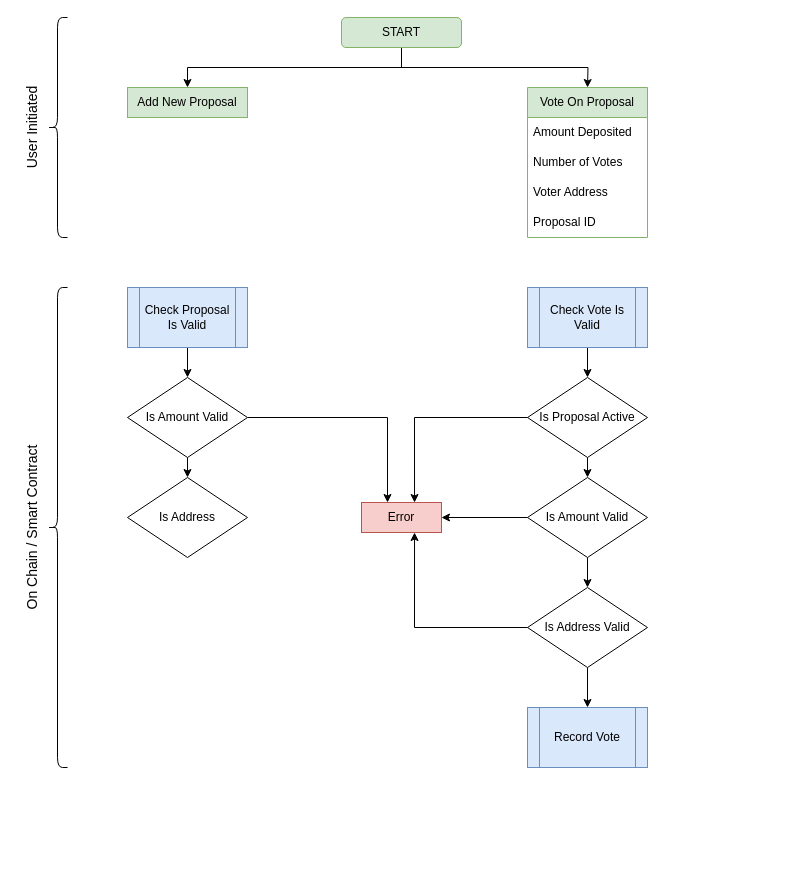
Before: Graphite.drawio in hello-adam-martin/diagrams, a draw.io diagram. Source tidied: cells renumbered, new cells numbered last; positions are measured from the earlier drawing's top-left corner, leaving out a move shared by most shapes. Both pictures are drawn from the tidied source at 100%, with x=0, y=0 at pixel (-53, 17).
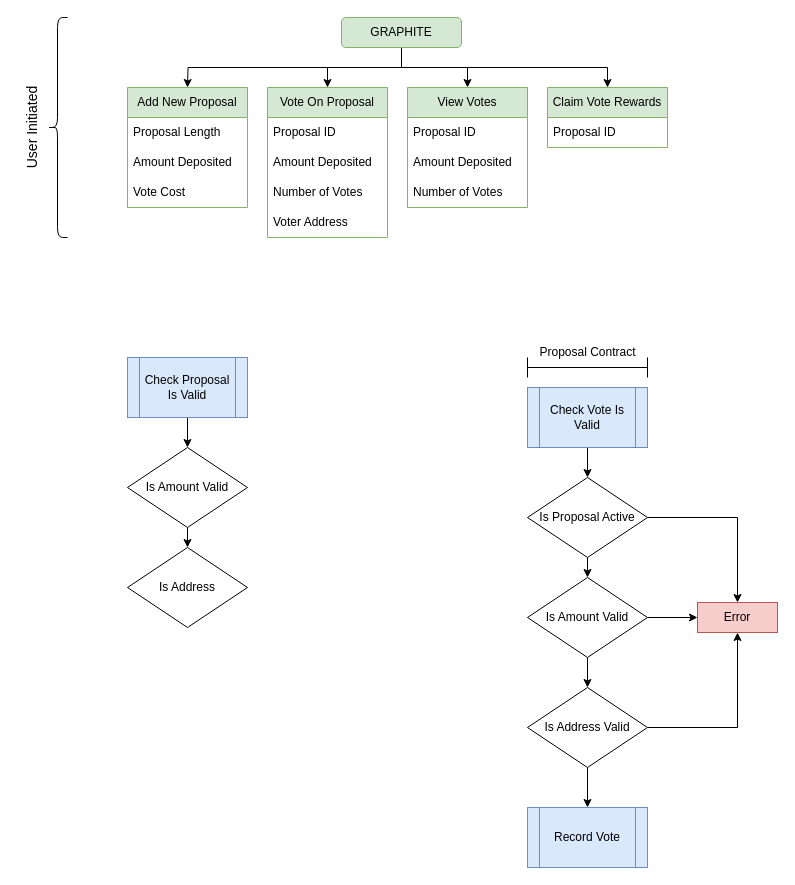
After the change.

Change to the diagram source:
```diff
@@
-    <mxCell id="2" style="edgeStyle=orthogonalEdgeStyle;rounded=0;jettySize=auto;html=1;exitX=0.5;exitY=1;exitDx=0;exitDy=0;" parent="1" edge="1" source="4" target="5">
-      <mxGeometry relative="1" as="geometry" />
+    <mxCell id="2" style="edgeStyle=orthogonalEdgeStyle;rounded=0;jettySize=auto;html=1;exitX=0.5;exitY=1;exitDx=0;exitDy=0;" parent="1" edge="1" source="4">
+      <mxGeometry relative="1" as="geometry">
+        <mxPoint x="240" y="70" as="targetPoint" />
+      </mxGeometry>
     </mxCell>
-    <mxCell id="3" style="edgeStyle=orthogonalEdgeStyle;rounded=0;jettySize=auto;html=1;exitX=0.5;exitY=1;exitDx=0;exitDy=0;entryX=0.5;entryY=0;entryDx=0;entryDy=0;" parent="1" edge="1" source="4">
-      <mxGeometry relative="1" as="geometry">
-        <mxPoint x="640" y="70" as="targetPoint" />
-      </mxGeometry>
-    </mxCell>
+    <mxCell id="34" style="edgeStyle=orthogonalEdgeStyle;rounded=0;jettySize=auto;html=1;exitX=0.5;exitY=1;exitDx=0;exitDy=0;entryX=0.5;entryY=0;entryDx=0;entryDy=0;" parent="1" edge="1" source="4" target="6">
+      <mxGeometry relative="1" as="geometry" />
+    </mxCell>
+    <mxCell id="35" style="edgeStyle=orthogonalEdgeStyle;rounded=0;jettySize=auto;html=1;exitX=0.5;exitY=1;exitDx=0;exitDy=0;" parent="1" edge="1" source="4" target="45">
+      <mxGeometry relative="1" as="geometry" />
+    </mxCell>
+    <mxCell id="36" style="edgeStyle=orthogonalEdgeStyle;rounded=0;jettySize=auto;html=1;exitX=0.5;exitY=1;exitDx=0;exitDy=0;" parent="1" edge="1" source="4" target="49">
+      <mxGeometry relative="1" as="geometry" />
+    </mxCell>
-    <mxCell id="4" value="START" style="rounded=1;whiteSpace=wrap;html=1;fillColor=#d5e8d4;strokeColor=#82b366;" parent="1" vertex="1">
+    <mxCell id="4" value="GRAPHITE" style="rounded=1;whiteSpace=wrap;html=1;fillColor=#d5e8d4;strokeColor=#82b366;" parent="1" vertex="1">
       <mxGeometry x="394" width="120" height="30" as="geometry" />
     </mxCell>
-    <mxCell id="5" value="Add New Proposal" style="rounded=0;whiteSpace=wrap;html=1;fillColor=#d5e8d4;strokeColor=#82b366;" parent="1" vertex="1">
-      <mxGeometry x="180" y="70" width="120" height="30" as="geometry" />
-    </mxCell>
-    <mxCell id="6" value="Vote On Proposal" style="swimlane;fontStyle=0;horizontal=1;startSize=30;whiteSpace=wrap;html=1;swimlaneLine=1;fillColor=#d5e8d4;strokeColor=#82b366;" parent="1" vertex="1">
-      <mxGeometry x="580" y="70" width="120" height="150" as="geometry" />
-    </mxCell>
-    <mxCell id="7" value="Amount Deposited" style="text;strokeColor=none;fillColor=none;align=left;verticalAlign=middle;spacingLeft=4;spacingRight=4;overflow=hidden;whiteSpace=wrap;html=1;" parent="6" vertex="1">
-      <mxGeometry y="30" width="120" height="30" as="geometry" />
-    </mxCell>
-    <mxCell id="8" value="Number of Votes" style="text;strokeColor=none;fillColor=none;align=left;verticalAlign=middle;spacingLeft=4;spacingRight=4;overflow=hidden;whiteSpace=wrap;html=1;" parent="6" vertex="1">
-      <mxGeometry y="60" width="120" height="30" as="geometry" />
-    </mxCell>
-    <mxCell id="9" value="Voter Address" style="text;strokeColor=none;fillColor=none;align=left;verticalAlign=middle;spacingLeft=4;spacingRight=4;overflow=hidden;whiteSpace=wrap;html=1;" parent="6" vertex="1">
-      <mxGeometry y="90" width="120" height="30" as="geometry" />
-    </mxCell>
-    <mxCell id="10" value="Proposal ID" style="text;strokeColor=none;fillColor=none;align=left;verticalAlign=middle;spacingLeft=4;spacingRight=4;overflow=hidden;whiteSpace=wrap;html=1;" parent="6" vertex="1">
-      <mxGeometry y="120" width="120" height="30" as="geometry" />
-    </mxCell>
@@
     <mxCell id="12" value="Check Vote Is Valid" style="shape=process;whiteSpace=wrap;html=1;backgroundOutline=1;fillColor=#dae8fc;strokeColor=#6c8ebf;" parent="1" vertex="1">
-      <mxGeometry x="580" y="270" width="120" height="60" as="geometry" />
+      <mxGeometry x="580" y="370" width="120" height="60" as="geometry" />
     </mxCell>
@@
-    <mxCell id="14" style="edgeStyle=orthogonalEdgeStyle;rounded=0;jettySize=auto;html=1;exitX=0;exitY=0.5;exitDx=0;exitDy=0;entryX=1;entryY=0.5;entryDx=0;entryDy=0;fontSize=14;startArrow=none;startFill=0;endArrow=classic;endFill=1;" parent="1" edge="1" source="15" target="19">
+    <mxCell id="14" style="edgeStyle=orthogonalEdgeStyle;rounded=0;jettySize=auto;html=1;exitX=1;exitY=0.5;exitDx=0;exitDy=0;entryX=0;entryY=0.5;entryDx=0;entryDy=0;" parent="1" edge="1" source="15" target="19">
       <mxGeometry relative="1" as="geometry" />
     </mxCell>
     <mxCell id="15" value="Is Amount Valid" style="rhombus;whiteSpace=wrap;html=1;" parent="1" vertex="1">
-      <mxGeometry x="580" y="460" width="120" height="80" as="geometry" />
+      <mxGeometry x="580" y="560" width="120" height="80" as="geometry" />
     </mxCell>
@@
-    <mxCell id="17" style="edgeStyle=orthogonalEdgeStyle;rounded=0;jettySize=auto;html=1;exitX=0;exitY=0.5;exitDx=0;exitDy=0;entryX=0.663;entryY=1;entryDx=0;entryDy=0;entryPerimeter=0;fontSize=14;startArrow=none;startFill=0;endArrow=classic;endFill=1;" parent="1" edge="1" source="18" target="19">
+    <mxCell id="17" style="edgeStyle=orthogonalEdgeStyle;rounded=0;jettySize=auto;html=1;exitX=1;exitY=0.5;exitDx=0;exitDy=0;entryX=0.5;entryY=1;entryDx=0;entryDy=0;" parent="1" edge="1" source="18" target="19">
       <mxGeometry relative="1" as="geometry" />
     </mxCell>
     <mxCell id="18" value="Is Address Valid" style="rhombus;whiteSpace=wrap;html=1;" parent="1" vertex="1">
-      <mxGeometry x="580" y="570" width="120" height="80" as="geometry" />
+      <mxGeometry x="580" y="670" width="120" height="80" as="geometry" />
     </mxCell>
     <mxCell id="19" value="Error" style="rounded=0;whiteSpace=wrap;html=1;fillColor=#f8cecc;strokeColor=#b85450;" parent="1" vertex="1">
-      <mxGeometry x="414" y="485" width="80" height="30" as="geometry" />
+      <mxGeometry x="750" y="585" width="80" height="30" as="geometry" />
     </mxCell>
     <mxCell id="20" value="Record Vote" style="shape=process;whiteSpace=wrap;html=1;backgroundOutline=1;fillColor=#dae8fc;strokeColor=#6c8ebf;" parent="1" vertex="1">
-      <mxGeometry x="580" y="690" width="120" height="60" as="geometry" />
+      <mxGeometry x="580" y="790" width="120" height="60" as="geometry" />
     </mxCell>
@@
-    <mxCell id="22" style="edgeStyle=orthogonalEdgeStyle;rounded=0;jettySize=auto;html=1;exitX=0;exitY=0.5;exitDx=0;exitDy=0;entryX=0.663;entryY=0;entryDx=0;entryDy=0;entryPerimeter=0;fontSize=14;startArrow=none;startFill=0;endArrow=classic;endFill=1;" parent="1" edge="1" source="23" target="19">
+    <mxCell id="22" style="edgeStyle=orthogonalEdgeStyle;rounded=0;jettySize=auto;html=1;exitX=1;exitY=0.5;exitDx=0;exitDy=0;entryX=0.5;entryY=0;entryDx=0;entryDy=0;" parent="1" edge="1" source="23" target="19">
       <mxGeometry relative="1" as="geometry" />
     </mxCell>
     <mxCell id="23" value="Is Proposal Active" style="rhombus;whiteSpace=wrap;html=1;" parent="1" vertex="1">
-      <mxGeometry x="580" y="360" width="120" height="80" as="geometry" />
+      <mxGeometry x="580" y="460" width="120" height="80" as="geometry" />
     </mxCell>
-    <mxCell id="24" style="shape=curlyBracket;whiteSpace=wrap;html=1;rounded=1;labelPosition=left;verticalLabelPosition=middle;align=right;verticalAlign=middle;" parent="1" vertex="1">
-      <mxGeometry x="100" y="270" width="20" height="480" as="geometry" />
-    </mxCell>
-    <mxCell id="25" value="On Chain / Smart Contract" style="text;html=1;strokeColor=none;fillColor=none;align=center;verticalAlign=middle;whiteSpace=wrap;rounded=0;rotation=-90;fontSize=14;" parent="1" vertex="1">
-      <mxGeometry y="495" width="170" height="30" as="geometry" />
-    </mxCell>
@@
     <mxCell id="29" value="Check Proposal Is Valid" style="shape=process;whiteSpace=wrap;html=1;backgroundOutline=1;fillColor=#dae8fc;strokeColor=#6c8ebf;" parent="1" vertex="1">
-      <mxGeometry x="180" y="270" width="120" height="60" as="geometry" />
+      <mxGeometry x="180" y="340" width="120" height="60" as="geometry" />
     </mxCell>
-    <mxCell id="30" style="edgeStyle=orthogonalEdgeStyle;rounded=0;jettySize=auto;html=1;exitX=1;exitY=0.5;exitDx=0;exitDy=0;fontSize=14;startArrow=none;startFill=0;endArrow=classic;endFill=1;" parent="1" edge="1" source="32" target="19">
-      <mxGeometry relative="1" as="geometry">
-        <Array as="points">
-          <mxPoint x="440" y="400" />
-        </Array>
-      </mxGeometry>
-    </mxCell>
@@
     <mxCell id="32" value="Is Amount Valid" style="rhombus;whiteSpace=wrap;html=1;" parent="1" vertex="1">
-      <mxGeometry x="180" y="360" width="120" height="80" as="geometry" />
+      <mxGeometry x="180" y="430" width="120" height="80" as="geometry" />
     </mxCell>
     <mxCell id="33" value="Is Address" style="rhombus;whiteSpace=wrap;html=1;" parent="1" vertex="1">
-      <mxGeometry x="180" y="460" width="120" height="80" as="geometry" />
+      <mxGeometry x="180" y="530" width="120" height="80" as="geometry" />
     </mxCell>
+    <mxCell id="5" value="Add New Proposal" style="swimlane;fontStyle=0;horizontal=1;startSize=30;whiteSpace=wrap;html=1;swimlaneLine=1;fillColor=#d5e8d4;strokeColor=#82b366;" parent="1" vertex="1">
+      <mxGeometry x="180" y="70" width="120" height="120" as="geometry" />
+    </mxCell>
+    <mxCell id="37" value="Proposal Length" style="text;strokeColor=none;fillColor=none;align=left;verticalAlign=middle;spacingLeft=4;spacingRight=4;overflow=hidden;whiteSpace=wrap;html=1;" parent="5" vertex="1">
+      <mxGeometry y="30" width="120" height="30" as="geometry" />
+    </mxCell>
+    <mxCell id="38" value="Amount Deposited" style="text;strokeColor=none;fillColor=none;align=left;verticalAlign=middle;spacingLeft=4;spacingRight=4;overflow=hidden;whiteSpace=wrap;html=1;" parent="5" vertex="1">
+      <mxGeometry y="60" width="120" height="30" as="geometry" />
+    </mxCell>
+    <mxCell id="39" value="Vote Cost" style="text;strokeColor=none;fillColor=none;align=left;verticalAlign=middle;spacingLeft=4;spacingRight=4;overflow=hidden;whiteSpace=wrap;html=1;" parent="5" vertex="1">
+      <mxGeometry y="90" width="120" height="30" as="geometry" />
+    </mxCell>
+    <mxCell id="40" style="shape=crossbar;whiteSpace=wrap;html=1;rounded=1;" parent="1" vertex="1">
+      <mxGeometry x="580" y="340" width="120" height="20" as="geometry" />
+    </mxCell>
+    <mxCell id="41" value="Proposal Contract" style="text;html=1;align=center;verticalAlign=middle;strokeColor=none;fillColor=none;" parent="1" vertex="1">
+      <mxGeometry x="580" y="320" width="120" height="30" as="geometry" />
+    </mxCell>
+    <mxCell id="6" value="Vote On Proposal" style="swimlane;fontStyle=0;horizontal=1;startSize=30;whiteSpace=wrap;html=1;swimlaneLine=1;fillColor=#d5e8d4;strokeColor=#82b366;" parent="1" vertex="1">
+      <mxGeometry x="320" y="70" width="120" height="150" as="geometry" />
+    </mxCell>
+    <mxCell id="42" value="Proposal ID" style="text;strokeColor=none;fillColor=none;align=left;verticalAlign=middle;spacingLeft=4;spacingRight=4;overflow=hidden;whiteSpace=wrap;html=1;" parent="6" vertex="1">
+      <mxGeometry y="30" width="120" height="30" as="geometry" />
+    </mxCell>
+    <mxCell id="43" value="Amount Deposited" style="text;strokeColor=none;fillColor=none;align=left;verticalAlign=middle;spacingLeft=4;spacingRight=4;overflow=hidden;whiteSpace=wrap;html=1;" parent="6" vertex="1">
+      <mxGeometry y="60" width="120" height="30" as="geometry" />
+    </mxCell>
+    <mxCell id="44" value="Number of Votes" style="text;strokeColor=none;fillColor=none;align=left;verticalAlign=middle;spacingLeft=4;spacingRight=4;overflow=hidden;whiteSpace=wrap;html=1;" parent="6" vertex="1">
+      <mxGeometry y="90" width="120" height="30" as="geometry" />
+    </mxCell>
+    <mxCell id="9" value="Voter Address" style="text;strokeColor=none;fillColor=none;align=left;verticalAlign=middle;spacingLeft=4;spacingRight=4;overflow=hidden;whiteSpace=wrap;html=1;" parent="6" vertex="1">
+      <mxGeometry y="120" width="120" height="30" as="geometry" />
+    </mxCell>
+    <mxCell id="45" value="View Votes" style="swimlane;fontStyle=0;horizontal=1;startSize=30;whiteSpace=wrap;html=1;swimlaneLine=1;fillColor=#d5e8d4;strokeColor=#82b366;" parent="1" vertex="1">
+      <mxGeometry x="460" y="70" width="120" height="120" as="geometry" />
+    </mxCell>
+    <mxCell id="46" value="Proposal ID" style="text;strokeColor=none;fillColor=none;align=left;verticalAlign=middle;spacingLeft=4;spacingRight=4;overflow=hidden;whiteSpace=wrap;html=1;" parent="45" vertex="1">
+      <mxGeometry y="30" width="120" height="30" as="geometry" />
+    </mxCell>
+    <mxCell id="47" value="Amount Deposited" style="text;strokeColor=none;fillColor=none;align=left;verticalAlign=middle;spacingLeft=4;spacingRight=4;overflow=hidden;whiteSpace=wrap;html=1;" parent="45" vertex="1">
+      <mxGeometry y="60" width="120" height="30" as="geometry" />
+    </mxCell>
+    <mxCell id="48" value="Number of Votes" style="text;strokeColor=none;fillColor=none;align=left;verticalAlign=middle;spacingLeft=4;spacingRight=4;overflow=hidden;whiteSpace=wrap;html=1;" parent="45" vertex="1">
+      <mxGeometry y="90" width="120" height="30" as="geometry" />
+    </mxCell>
+    <mxCell id="49" value="Claim Vote Rewards" style="swimlane;fontStyle=0;horizontal=1;startSize=30;whiteSpace=wrap;html=1;swimlaneLine=1;fillColor=#d5e8d4;strokeColor=#82b366;" parent="1" vertex="1">
+      <mxGeometry x="600" y="70" width="120" height="60" as="geometry" />
+    </mxCell>
+    <mxCell id="50" value="Proposal ID" style="text;strokeColor=none;fillColor=none;align=left;verticalAlign=middle;spacingLeft=4;spacingRight=4;overflow=hidden;whiteSpace=wrap;html=1;" parent="49" vertex="1">
+      <mxGeometry y="30" width="120" height="30" as="geometry" />
+    </mxCell>
```
